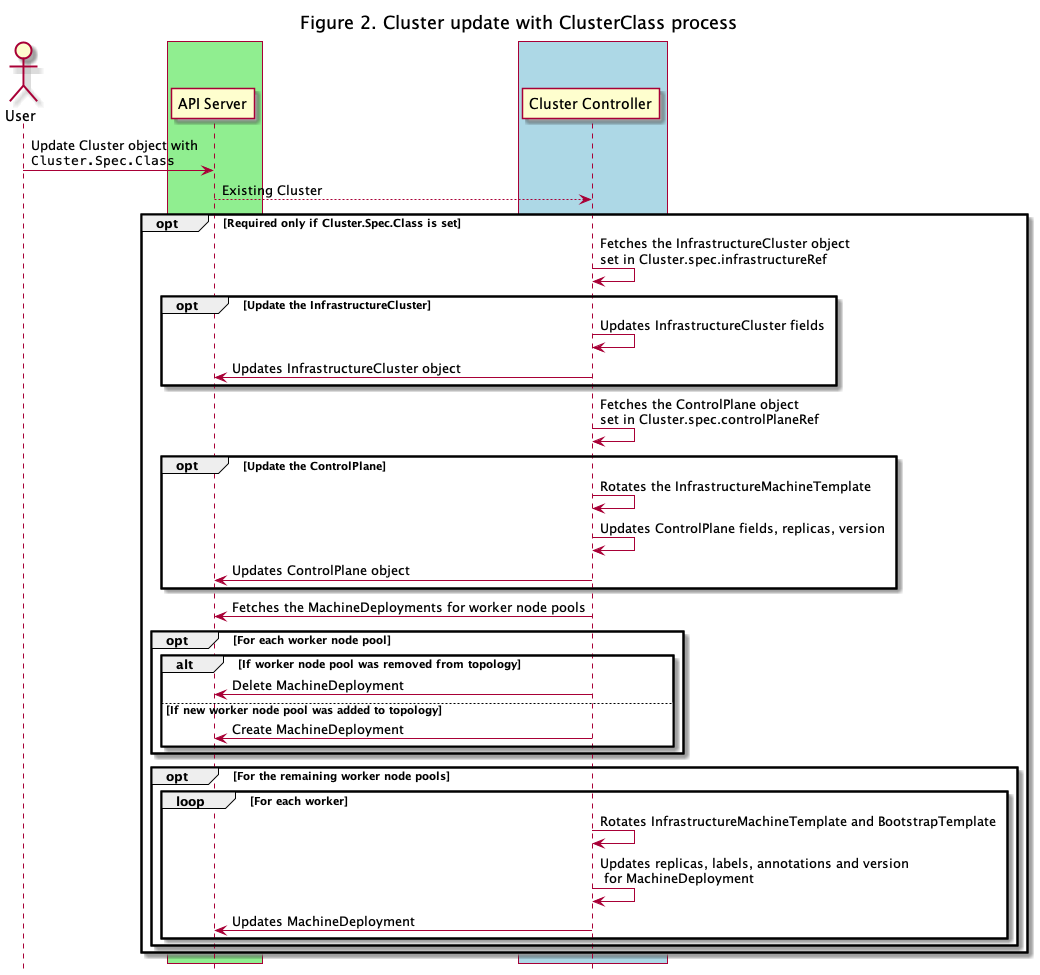
Above: docs/proposals/images/cluster-class/update.png in kubernetes-sigs/cluster-api (PlantUML), before the change.
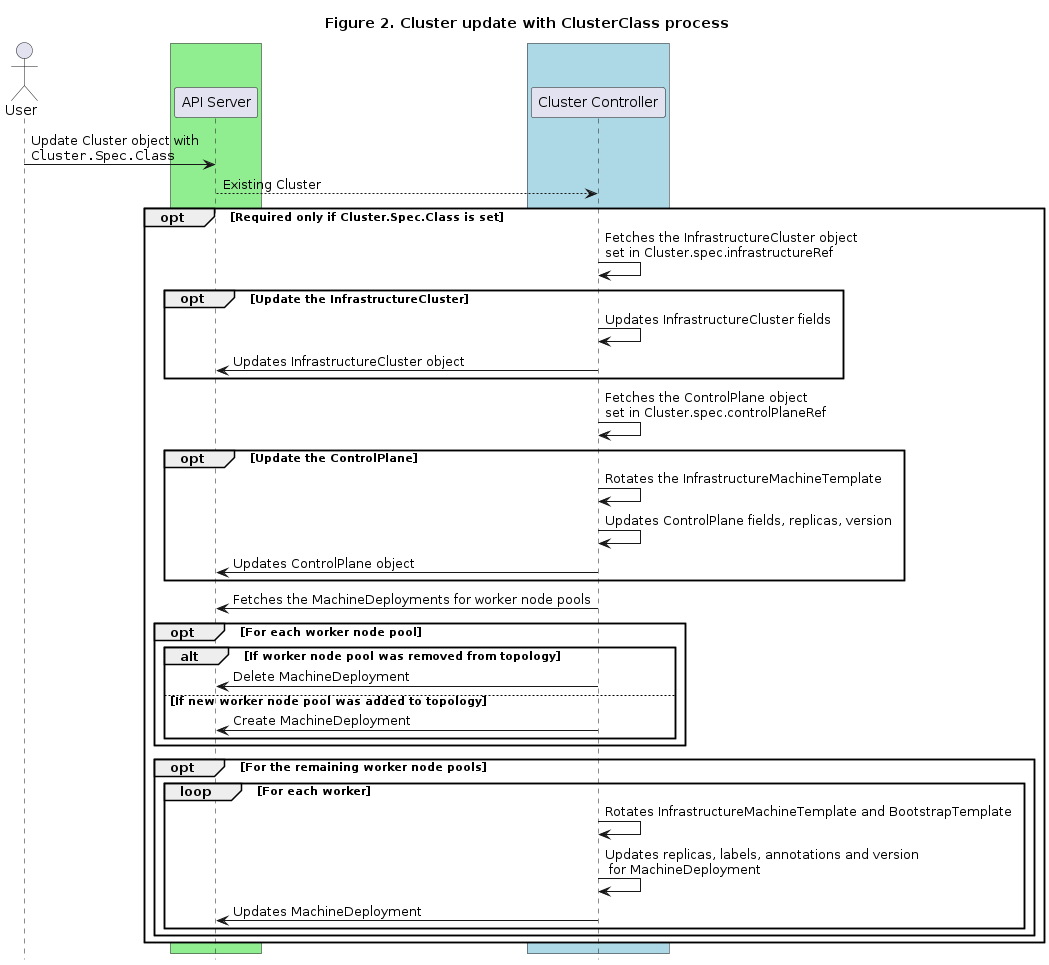
After the change.

Diff of the diagram source:
```diff
@@ -14,7 +14,7 @@
 
 User -> "API Server" : Update Cluster object with\n""Cluster.Spec.Class""
 "API Server" --> "Cluster Controller": Existing Cluster
-opt Required only if Cluster.Spec.Class is set
+opt #white Required only if Cluster.Spec.Class is set
   "Cluster Controller" -> "Cluster Controller": Fetches the InfrastructureCluster object\nset in Cluster.spec.infrastructureRef
   opt Update the InfrastructureCluster
     "Cluster Controller" -> "Cluster Controller": Updates InfrastructureCluster fields
```
